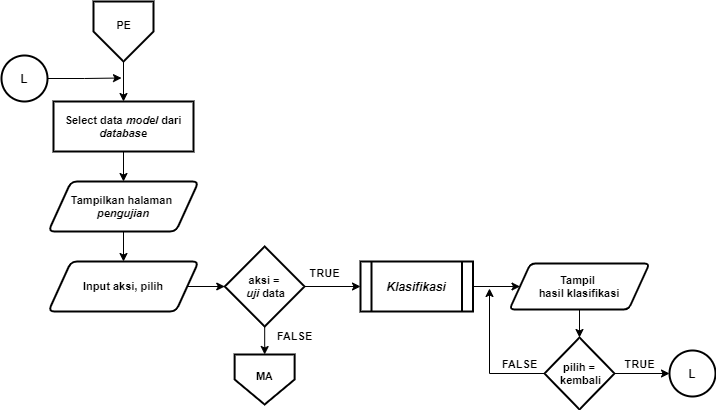
The draw.io diagram Dokumen TA/Paper/Flowchart/M13. Flowchart menu pengujian.png in muspriandi/TextMining-SentimentAnalysis, before a commit. Source tidied: cells renumbered, new cells last; positions are measured from the earlier drawing's top-left corner, leaving out a move shared by most shapes. The source it was exported from:
```xml
<mxGraphModel>
  <root>
    <mxCell id="0" />
    <mxCell id="1" parent="0" />
    <mxCell id="2" style="edgeStyle=orthogonalEdgeStyle;rounded=0;orthogonalLoop=1;jettySize=auto;html=1;entryX=0.5;entryY=0;entryDx=0;entryDy=0;entryPerimeter=0;fontSize=12;" parent="1" edge="1">
      <mxGeometry relative="1" as="geometry">
        <mxPoint x="643" y="530" as="sourcePoint" />
        <Array as="points">
          <mxPoint x="643" y="570" />
          <mxPoint x="743" y="570" />
          <mxPoint x="743" y="230" />
          <mxPoint x="843" y="230" />
        </Array>
      </mxGeometry>
    </mxCell>
    <mxCell id="3" style="edgeStyle=orthogonalEdgeStyle;rounded=0;orthogonalLoop=1;jettySize=auto;html=1;entryX=0.5;entryY=0;entryDx=0;entryDy=0;entryPerimeter=0;fontSize=12;" parent="1" edge="1">
      <mxGeometry relative="1" as="geometry">
        <mxPoint x="623" y="500" as="sourcePoint" />
        <Array as="points">
          <mxPoint x="623" y="540" />
          <mxPoint x="723" y="540" />
          <mxPoint x="723" y="200" />
          <mxPoint x="823" y="200" />
        </Array>
      </mxGeometry>
    </mxCell>
    <mxCell id="4" style="edgeStyle=orthogonalEdgeStyle;rounded=0;jettySize=auto;html=1;entryX=0.5;entryY=0;entryDx=0;entryDy=0;fontSize=11;" parent="1" edge="1" source="5" target="10">
      <mxGeometry relative="1" as="geometry" />
    </mxCell>
    <mxCell id="5" style="verticalLabelPosition=bottom;verticalAlign=top;html=1;shape=offPageConnector;rounded=0;size=0.5;fontStyle=0;strokeWidth=2;" parent="1" vertex="1">
      <mxGeometry x="92" width="60" height="60" as="geometry" />
    </mxCell>
    <mxCell id="6" value="PE" style="text;html=1;align=center;verticalAlign=middle;fontSize=11;fontStyle=1;" parent="1" vertex="1">
      <mxGeometry x="107" y="14" width="30" height="20" as="geometry" />
    </mxCell>
    <mxCell id="7" style="edgeStyle=orthogonalEdgeStyle;rounded=0;jettySize=auto;html=1;entryX=0.5;entryY=0;entryDx=0;entryDy=0;" parent="1" edge="1" source="8" target="14">
      <mxGeometry relative="1" as="geometry" />
    </mxCell>
    <mxCell id="8" value="&lt;b&gt;Tampilkan halaman &lt;br&gt;&lt;i&gt;pengujian&lt;/i&gt;&lt;/b&gt;" style="shape=parallelogram;html=1;strokeWidth=2;perimeter=parallelogramPerimeter;whiteSpace=wrap;rounded=1;arcSize=12;size=0.15000000000000002;fontSize=11;" parent="1" vertex="1">
      <mxGeometry x="47" y="180" width="150" height="50" as="geometry" />
    </mxCell>
    <mxCell id="9" style="edgeStyle=orthogonalEdgeStyle;rounded=0;jettySize=auto;html=1;entryX=0.5;entryY=0;entryDx=0;entryDy=0;fontSize=11;" parent="1" edge="1" source="10" target="8">
      <mxGeometry relative="1" as="geometry" />
    </mxCell>
    <mxCell id="10" value="Select data &lt;i&gt;model&amp;nbsp;&lt;/i&gt;dari &lt;i&gt;database&lt;/i&gt;" style="rounded=1;whiteSpace=wrap;html=1;absoluteArcSize=1;arcSize=0;strokeWidth=2;fontSize=11;fontStyle=1;" parent="1" vertex="1">
      <mxGeometry x="52" y="100" width="140" height="50" as="geometry" />
    </mxCell>
    <mxCell id="11" style="verticalLabelPosition=bottom;verticalAlign=top;html=1;shape=offPageConnector;rounded=0;size=0.5;fontStyle=0;strokeWidth=2;" parent="1" vertex="1">
      <mxGeometry x="233.1" y="353" width="60" height="50" as="geometry" />
    </mxCell>
    <mxCell id="12" value="MA" style="text;html=1;align=center;verticalAlign=middle;fontSize=11;fontStyle=1;" parent="1" vertex="1">
      <mxGeometry x="248.1" y="365" width="30" height="20" as="geometry" />
    </mxCell>
    <mxCell id="13" style="edgeStyle=orthogonalEdgeStyle;rounded=0;jettySize=auto;html=1;entryX=0;entryY=0.5;entryDx=0;entryDy=0;fontSize=11;" parent="1" edge="1" source="14" target="17">
      <mxGeometry relative="1" as="geometry" />
    </mxCell>
    <mxCell id="14" value="&lt;b&gt;Input aksi, pilih&lt;/b&gt;" style="shape=parallelogram;html=1;strokeWidth=2;perimeter=parallelogramPerimeter;whiteSpace=wrap;rounded=1;arcSize=12;size=0.15000000000000002;fontSize=11;" parent="1" vertex="1">
      <mxGeometry x="47" y="260" width="150" height="50" as="geometry" />
    </mxCell>
    <mxCell id="15" style="edgeStyle=orthogonalEdgeStyle;rounded=0;jettySize=auto;html=1;entryX=0;entryY=0.5;entryDx=0;entryDy=0;fontSize=11;" parent="1" edge="1" source="17" target="19">
      <mxGeometry relative="1" as="geometry" />
    </mxCell>
    <mxCell id="16" style="edgeStyle=orthogonalEdgeStyle;rounded=0;jettySize=auto;html=1;entryX=0.5;entryY=0;entryDx=0;entryDy=0;fontSize=11;" parent="1" edge="1" source="17" target="11">
      <mxGeometry relative="1" as="geometry" />
    </mxCell>
    <mxCell id="17" value="&lt;b style=&quot;font-size: 11px&quot;&gt;&lt;font style=&quot;font-size: 11px&quot;&gt;aksi =&lt;br&gt;&amp;nbsp;&lt;i&gt;uji&amp;nbsp;&lt;/i&gt;data&lt;/font&gt;&lt;/b&gt;" style="rhombus;whiteSpace=wrap;html=1;strokeWidth=2;fontSize=11;" parent="1" vertex="1">
      <mxGeometry x="223.2" y="245" width="79.8" height="80" as="geometry" />
    </mxCell>
    <mxCell id="18" style="edgeStyle=orthogonalEdgeStyle;rounded=0;jettySize=auto;html=1;entryX=0;entryY=0.5;entryDx=0;entryDy=0;fontSize=11;" parent="1" edge="1" source="19" target="24">
      <mxGeometry relative="1" as="geometry" />
    </mxCell>
    <mxCell id="19" value="&lt;i&gt;&lt;b&gt;&lt;font style=&quot;font-size: 12px&quot;&gt;Klasifikasi&lt;/font&gt;&lt;/b&gt;&lt;/i&gt;" style="shape=process;whiteSpace=wrap;html=1;backgroundOutline=1;strokeWidth=2;fontSize=11;" parent="1" vertex="1">
      <mxGeometry x="359" y="260" width="112.5" height="50" as="geometry" />
    </mxCell>
    <mxCell id="20" style="edgeStyle=orthogonalEdgeStyle;rounded=0;jettySize=auto;html=1;fontSize=11;" parent="1" edge="1" source="21">
      <mxGeometry relative="1" as="geometry">
        <mxPoint x="120" y="76.5" as="targetPoint" />
      </mxGeometry>
    </mxCell>
    <mxCell id="21" value="L" style="ellipse;whiteSpace=wrap;html=1;strokeWidth=2;fontStyle=1;" parent="1" vertex="1">
      <mxGeometry y="54" width="46" height="46" as="geometry" />
    </mxCell>
    <mxCell id="22" value="&lt;b&gt;TRUE&lt;/b&gt;" style="text;html=1;align=center;verticalAlign=middle;fontSize=11;" parent="1" vertex="1">
      <mxGeometry x="298" y="262" width="50" height="20" as="geometry" />
    </mxCell>
    <mxCell id="23" style="edgeStyle=orthogonalEdgeStyle;rounded=0;jettySize=auto;html=1;entryX=0.5;entryY=0;entryDx=0;entryDy=0;fontSize=11;" parent="1" edge="1" source="24" target="27">
      <mxGeometry relative="1" as="geometry" />
    </mxCell>
    <mxCell id="24" value="&lt;b&gt;Tampil &lt;br&gt;hasil klasifikasi&lt;/b&gt;" style="shape=parallelogram;html=1;strokeWidth=2;perimeter=parallelogramPerimeter;whiteSpace=wrap;rounded=1;arcSize=10;size=0.15000000000000002;fontSize=11;" parent="1" vertex="1">
      <mxGeometry x="508" y="262" width="140" height="46" as="geometry" />
    </mxCell>
    <mxCell id="25" style="edgeStyle=orthogonalEdgeStyle;rounded=0;jettySize=auto;html=1;fontSize=11;" parent="1" edge="1" source="27">
      <mxGeometry relative="1" as="geometry">
        <mxPoint x="488" y="287" as="targetPoint" />
      </mxGeometry>
    </mxCell>
    <mxCell id="26" style="edgeStyle=orthogonalEdgeStyle;rounded=0;jettySize=auto;html=1;entryX=0;entryY=0.5;entryDx=0;entryDy=0;fontSize=11;" parent="1" edge="1" source="27" target="28">
      <mxGeometry relative="1" as="geometry" />
    </mxCell>
    <mxCell id="27" value="&lt;b style=&quot;font-size: 11px&quot;&gt;&lt;font style=&quot;font-size: 11px&quot;&gt;pilih =&lt;br&gt;&amp;nbsp;kembali&lt;/font&gt;&lt;/b&gt;" style="rhombus;whiteSpace=wrap;html=1;strokeWidth=2;fontSize=11;" parent="1" vertex="1">
      <mxGeometry x="543.1" y="336" width="69.9" height="72" as="geometry" />
    </mxCell>
    <mxCell id="28" value="L" style="ellipse;whiteSpace=wrap;html=1;strokeWidth=2;fontStyle=1;" parent="1" vertex="1">
      <mxGeometry x="668" y="349" width="46" height="46" as="geometry" />
    </mxCell>
    <mxCell id="29" value="&lt;b&gt;FALSE&lt;/b&gt;" style="text;html=1;align=center;verticalAlign=middle;fontSize=11;" parent="1" vertex="1">
      <mxGeometry x="268" y="325" width="50" height="20" as="geometry" />
    </mxCell>
    <mxCell id="30" value="&lt;b&gt;TRUE&lt;/b&gt;" style="text;html=1;align=center;verticalAlign=middle;fontSize=11;" parent="1" vertex="1">
      <mxGeometry x="612.9" y="353" width="50" height="20" as="geometry" />
    </mxCell>
    <mxCell id="31" value="&lt;b&gt;FALSE&lt;/b&gt;" style="text;html=1;align=center;verticalAlign=middle;fontSize=11;" parent="1" vertex="1">
      <mxGeometry x="493.1" y="353" width="50" height="20" as="geometry" />
    </mxCell>
  </root>
</mxGraphModel>
```
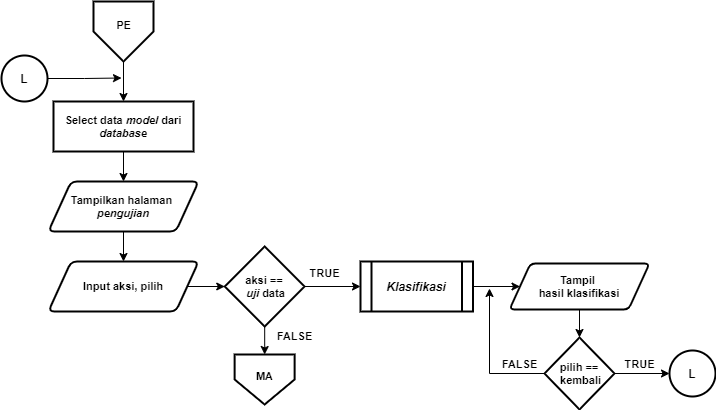
The same diagram one commit later.

Change to the diagram source:
```diff
@@ -63,7 +63,7 @@
     <mxCell id="16" style="edgeStyle=orthogonalEdgeStyle;rounded=0;jettySize=auto;html=1;entryX=0.5;entryY=0;entryDx=0;entryDy=0;fontSize=11;" parent="1" edge="1" source="17" target="11">
       <mxGeometry relative="1" as="geometry" />
     </mxCell>
-    <mxCell id="17" value="&lt;b style=&quot;font-size: 11px&quot;&gt;&lt;font style=&quot;font-size: 11px&quot;&gt;aksi =&lt;br&gt;&amp;nbsp;&lt;i&gt;uji&amp;nbsp;&lt;/i&gt;data&lt;/font&gt;&lt;/b&gt;" style="rhombus;whiteSpace=wrap;html=1;strokeWidth=2;fontSize=11;" parent="1" vertex="1">
+    <mxCell id="17" value="&lt;b style=&quot;font-size: 11px&quot;&gt;&lt;font style=&quot;font-size: 11px&quot;&gt;aksi ==&lt;br&gt;&amp;nbsp;&lt;i&gt;uji&amp;nbsp;&lt;/i&gt;data&lt;/font&gt;&lt;/b&gt;" style="rhombus;whiteSpace=wrap;html=1;strokeWidth=2;fontSize=11;" parent="1" vertex="1">
       <mxGeometry x="223.2" y="245" width="79.8" height="80" as="geometry" />
     </mxCell>
     <mxCell id="18" style="edgeStyle=orthogonalEdgeStyle;rounded=0;jettySize=auto;html=1;entryX=0;entryY=0.5;entryDx=0;entryDy=0;fontSize=11;" parent="1" edge="1" source="19" target="24">
@@ -97,7 +97,7 @@
     <mxCell id="26" style="edgeStyle=orthogonalEdgeStyle;rounded=0;jettySize=auto;html=1;entryX=0;entryY=0.5;entryDx=0;entryDy=0;fontSize=11;" parent="1" edge="1" source="27" target="28">
       <mxGeometry relative="1" as="geometry" />
     </mxCell>
-    <mxCell id="27" value="&lt;b style=&quot;font-size: 11px&quot;&gt;&lt;font style=&quot;font-size: 11px&quot;&gt;pilih =&lt;br&gt;&amp;nbsp;kembali&lt;/font&gt;&lt;/b&gt;" style="rhombus;whiteSpace=wrap;html=1;strokeWidth=2;fontSize=11;" parent="1" vertex="1">
+    <mxCell id="27" value="&lt;b style=&quot;font-size: 11px&quot;&gt;&lt;font style=&quot;font-size: 11px&quot;&gt;pilih ==&lt;br&gt;&amp;nbsp;kembali&lt;/font&gt;&lt;/b&gt;" style="rhombus;whiteSpace=wrap;html=1;strokeWidth=2;fontSize=11;" parent="1" vertex="1">
       <mxGeometry x="543.1" y="336" width="69.9" height="72" as="geometry" />
     </mxCell>
     <mxCell id="28" value="L" style="ellipse;whiteSpace=wrap;html=1;strokeWidth=2;fontStyle=1;" parent="1" vertex="1">
```
